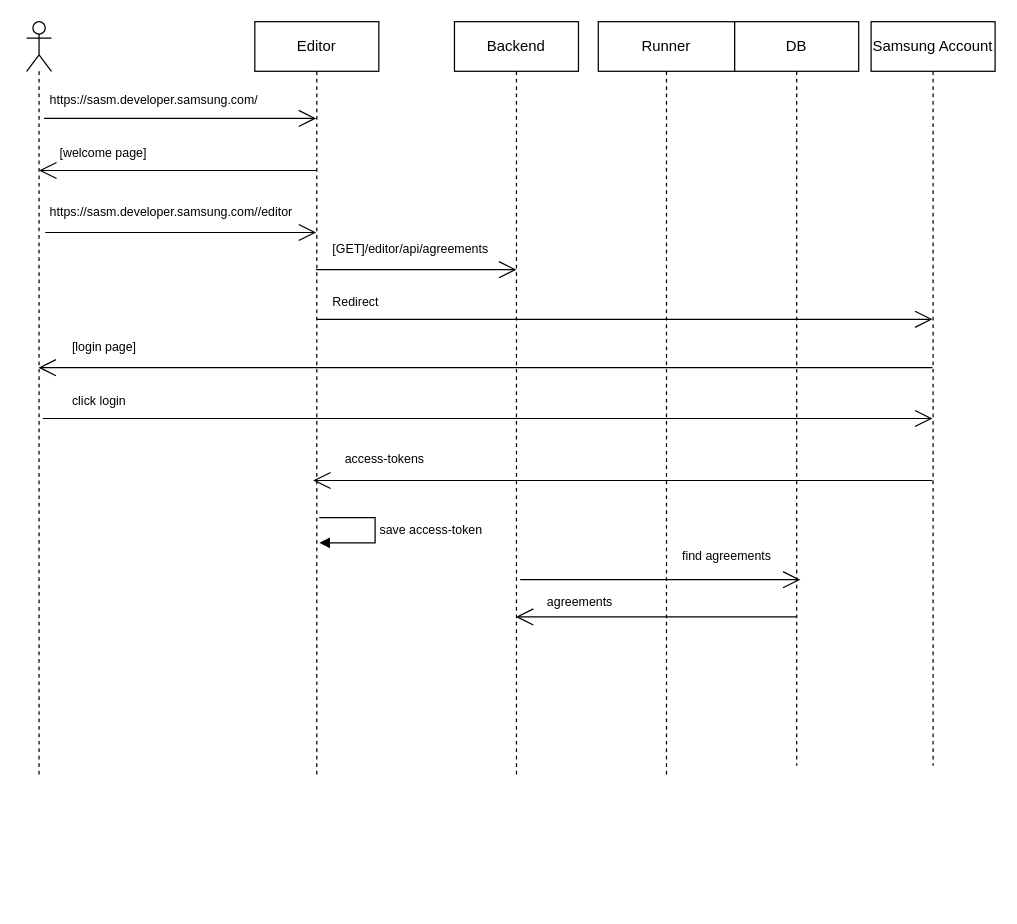
hyjeong0/common-utils keeps this draw.io diagram as Untitled Diagram.drawio. Above is the earlier version. Source tidied: cells renumbered, new cells numbered last; positions are measured from the earlier drawing's top-left corner, leaving out a move shared by most shapes. Both pictures are drawn from the tidied source at 124%, with x=0, y=0 at pixel (26, 21).
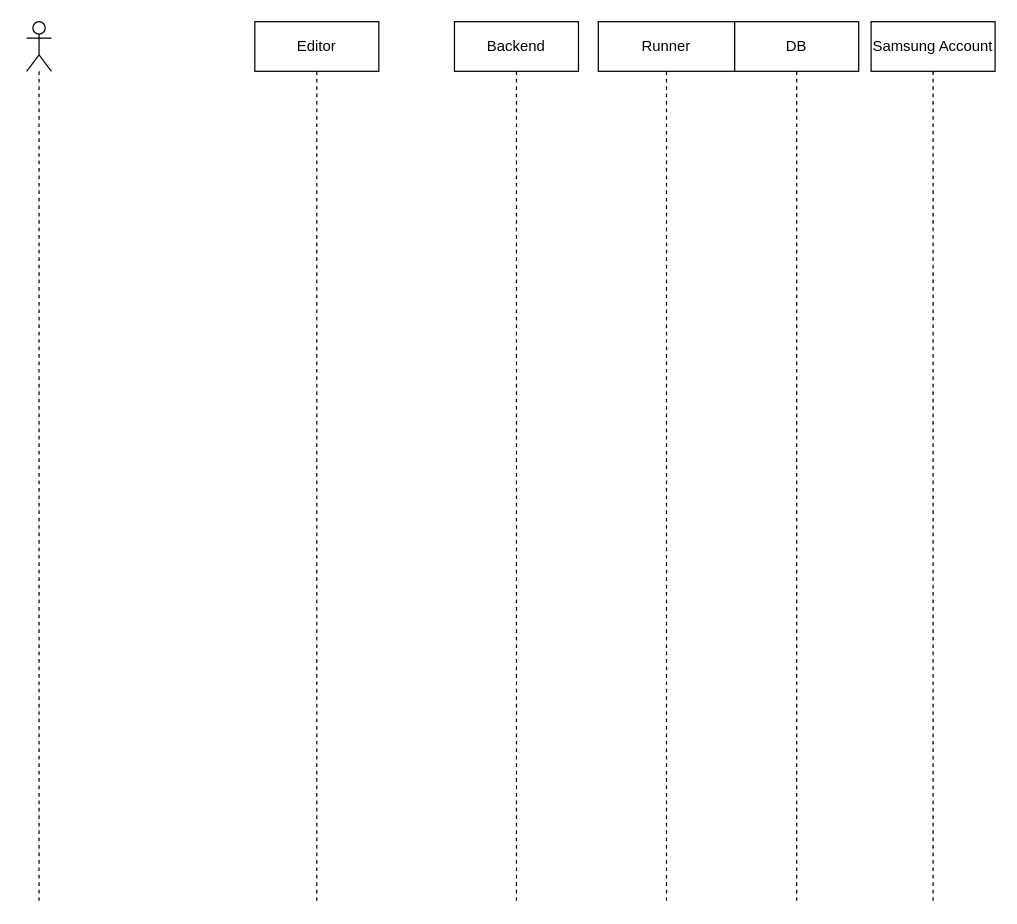
Above is the later version.

Diff of the diagram source:
```diff
@@
     <mxCell id="2" style="shape=umlLifeline;participant=umlActor;perimeter=lifelinePerimeter;whiteSpace=wrap;html=1;verticalAlign=top;spacingTop=36;" parent="1" vertex="1">
-      <mxGeometry width="20" height="610" as="geometry" />
+      <mxGeometry width="20" height="710" as="geometry" />
     </mxCell>
     <mxCell id="3" value="Editor" style="shape=umlLifeline;perimeter=lifelinePerimeter;whiteSpace=wrap;html=1;outlineConnect=0;" parent="1" vertex="1">
-      <mxGeometry x="184" width="100" height="610" as="geometry" />
+      <mxGeometry x="184" width="100" height="710" as="geometry" />
     </mxCell>
-    <mxCell id="4" style="endArrow=open;endFill=1;endSize=12;html=1;rounded=0;" parent="3" edge="1" target="13">
-      <mxGeometry relative="1" as="geometry">
-        <mxPoint x="-171" y="320" as="sourcePoint" />
-      </mxGeometry>
-    </mxCell>
-    <mxCell id="5" value="save access-token" style="edgeStyle=orthogonalEdgeStyle;html=1;align=left;spacingLeft=2;endArrow=block;rounded=0;entryX=0.52;entryY=0.689;fontSize=10;entryDx=0;entryDy=0;entryPerimeter=0;" parent="3" edge="1" target="3">
-      <mxGeometry relative="1" as="geometry">
-        <mxPoint x="52" y="400" as="sourcePoint" />
-        <Array as="points">
-          <mxPoint x="97" y="400" />
-          <mxPoint x="97" y="420" />
-        </Array>
-      </mxGeometry>
-    </mxCell>
     <mxCell id="6" value="Backend" style="shape=umlLifeline;perimeter=lifelinePerimeter;whiteSpace=wrap;html=1;outlineConnect=0;" parent="1" vertex="1">
-      <mxGeometry x="345" width="100" height="610" as="geometry" />
+      <mxGeometry x="345" width="100" height="710" as="geometry" />
     </mxCell>
-    <mxCell id="7" style="endArrow=open;endFill=1;endSize=12;html=1;rounded=0;" parent="6" edge="1" source="3">
-      <mxGeometry relative="1" as="geometry">
-        <mxPoint x="50" y="200" as="targetPoint" />
-      </mxGeometry>
-    </mxCell>
     <mxCell id="8" value="Runner" style="shape=umlLifeline;perimeter=lifelinePerimeter;whiteSpace=wrap;html=1;" parent="1" vertex="1">
-      <mxGeometry x="461" width="110" height="610" as="geometry" />
+      <mxGeometry x="461" width="110" height="710" as="geometry" />
     </mxCell>
     <mxCell id="9" value="DB" style="shape=umlLifeline;perimeter=lifelinePerimeter;whiteSpace=wrap;html=1;outlineConnect=0;" parent="1" vertex="1">
-      <mxGeometry x="571" width="100" height="600" as="geometry" />
+      <mxGeometry x="571" width="100" height="710" as="geometry" />
     </mxCell>
-    <mxCell id="10" style="endArrow=open;endFill=1;endSize=12;html=1;rounded=0;" parent="9" edge="1" source="13">
-      <mxGeometry relative="1" as="geometry">
-        <mxPoint x="-340" y="370" as="targetPoint" />
-      </mxGeometry>
-    </mxCell>
-    <mxCell id="11" style="endArrow=open;endFill=1;endSize=12;html=1;rounded=0;" parent="9" edge="1">
-      <mxGeometry relative="1" as="geometry">
-        <mxPoint x="-173" y="450" as="sourcePoint" />
-        <mxPoint x="53" y="450" as="targetPoint" />
-      </mxGeometry>
-    </mxCell>
-    <mxCell id="12" value="find agreements" style="text;strokeColor=none;fillColor=none;align=left;verticalAlign=top;spacingLeft=4;spacingRight=4;overflow=hidden;fontSize=10;" parent="9" vertex="1">
-      <mxGeometry x="-48" y="419" width="90" height="31" as="geometry" />
-    </mxCell>
     <mxCell id="13" value="Samsung Account" style="shape=umlLifeline;perimeter=lifelinePerimeter;whiteSpace=wrap;html=1;outlineConnect=0;" parent="1" vertex="1">
-      <mxGeometry x="681" width="100" height="600" as="geometry" />
+      <mxGeometry x="681" width="100" height="710" as="geometry" />
     </mxCell>
-    <mxCell id="14" style="endArrow=open;endFill=1;endSize=12;html=1;rounded=0;" parent="1" edge="1">
-      <mxGeometry relative="1" as="geometry">
-        <mxPoint x="14" y="78" as="sourcePoint" />
-        <mxPoint x="233.5" y="78" as="targetPoint" />
-      </mxGeometry>
-    </mxCell>
-    <mxCell id="15" style="endArrow=open;endFill=1;endSize=12;html=1;rounded=0;" parent="1" edge="1" source="3">
-      <mxGeometry relative="1" as="geometry">
-        <mxPoint x="10" y="120" as="targetPoint" />
-      </mxGeometry>
-    </mxCell>
-    <mxCell id="16" value="https://sasm.developer.samsung.com/" style="text;strokeColor=none;fillColor=none;align=left;verticalAlign=top;spacingLeft=4;spacingRight=4;overflow=hidden;fontSize=10;" parent="1" vertex="1">
-      <mxGeometry x="13" y="51" width="184" height="26" as="geometry" />
-    </mxCell>
-    <mxCell id="17" value="[welcome page]" style="text;strokeColor=none;fillColor=none;align=left;verticalAlign=top;spacingLeft=4;spacingRight=4;overflow=hidden;fontSize=10;" parent="1" vertex="1">
-      <mxGeometry x="21" y="94" width="184" height="26" as="geometry" />
-    </mxCell>
-    <mxCell id="18" style="endArrow=open;endFill=1;endSize=12;html=1;rounded=0;" parent="1" edge="1" target="3">
-      <mxGeometry relative="1" as="geometry">
-        <mxPoint x="15" y="170" as="sourcePoint" />
-      </mxGeometry>
-    </mxCell>
-    <mxCell id="19" value="https://sasm.developer.samsung.com//editor" style="text;strokeColor=none;fillColor=none;align=left;verticalAlign=top;spacingLeft=4;spacingRight=4;overflow=hidden;fontSize=10;" parent="1" vertex="1">
-      <mxGeometry x="13" y="141" width="211" height="26" as="geometry" />
-    </mxCell>
-    <mxCell id="20" style="endArrow=open;endFill=1;endSize=12;html=1;rounded=0;" parent="1" edge="1" target="13">
-      <mxGeometry relative="1" as="geometry">
-        <mxPoint x="234" y="240" as="sourcePoint" />
-      </mxGeometry>
-    </mxCell>
-    <mxCell id="21" style="endArrow=open;endFill=1;endSize=12;html=1;rounded=0;" parent="1" edge="1" source="13">
-      <mxGeometry relative="1" as="geometry">
-        <mxPoint x="9.5" y="279" as="targetPoint" />
-      </mxGeometry>
-    </mxCell>
-    <mxCell id="22" value="[GET]/editor/api/agreements" style="text;strokeColor=none;fillColor=none;align=left;verticalAlign=top;spacingLeft=4;spacingRight=4;overflow=hidden;fontSize=10;" parent="1" vertex="1">
-      <mxGeometry x="241" y="171" width="141" height="26" as="geometry" />
-    </mxCell>
-    <mxCell id="23" value="Redirect" style="text;strokeColor=none;fillColor=none;align=left;verticalAlign=top;spacingLeft=4;spacingRight=4;overflow=hidden;fontSize=10;" parent="1" vertex="1">
-      <mxGeometry x="241" y="214" width="141" height="26" as="geometry" />
-    </mxCell>
-    <mxCell id="24" value="[login page]" style="text;strokeColor=none;fillColor=none;align=left;verticalAlign=top;spacingLeft=4;spacingRight=4;overflow=hidden;fontSize=10;" parent="1" vertex="1">
-      <mxGeometry x="31" y="250" width="141" height="26" as="geometry" />
-    </mxCell>
-    <mxCell id="25" value="click login" style="text;strokeColor=none;fillColor=none;align=left;verticalAlign=top;spacingLeft=4;spacingRight=4;overflow=hidden;fontSize=10;" parent="1" vertex="1">
-      <mxGeometry x="31" y="294" width="141" height="26" as="geometry" />
-    </mxCell>
-    <mxCell id="26" value="access-tokens" style="text;strokeColor=none;fillColor=none;align=left;verticalAlign=top;spacingLeft=4;spacingRight=4;overflow=hidden;fontSize=10;" parent="1" vertex="1">
-      <mxGeometry x="251" y="340" width="141" height="26" as="geometry" />
-    </mxCell>
-    <mxCell id="27" style="endArrow=open;endFill=1;endSize=12;html=1;rounded=0;" parent="1" edge="1" source="9" target="6">
-      <mxGeometry relative="1" as="geometry">
-        <Array as="points">
-          <mxPoint x="481" y="480" />
-        </Array>
-      </mxGeometry>
-    </mxCell>
-    <mxCell id="28" value="agreements" style="text;strokeColor=none;fillColor=none;align=left;verticalAlign=top;spacingLeft=4;spacingRight=4;overflow=hidden;fontSize=10;" parent="1" vertex="1">
-      <mxGeometry x="414" y="456" width="90" height="21" as="geometry" />
-    </mxCell>
```
